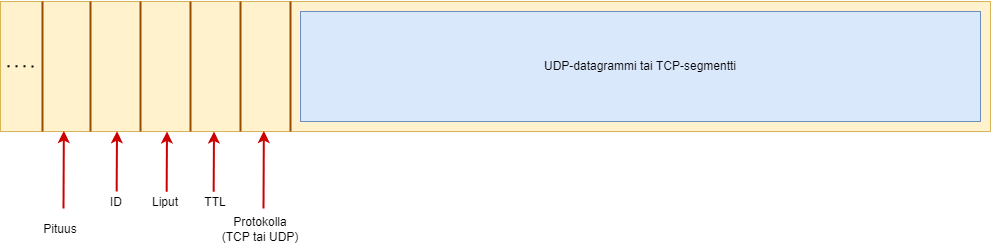
Above: docs/pictures/IPDatagrammi.png in jukkaprami/TADokumentaatio-1 (draw.io), before the change. Source tidied: cells renumbered, new cells last; positions are measured from the earlier drawing's top-left corner, leaving out a move shared by most shapes. Source of this version:
```xml
<mxGraphModel>
  <root>
    <mxCell id="0" />
    <mxCell id="1" parent="0" />
    <mxCell id="2" style="rounded=0;whiteSpace=wrap;html=1;fillColor=#fff2cc;strokeColor=#d6b656;" parent="1" vertex="1">
      <mxGeometry width="990" height="130" as="geometry" />
    </mxCell>
    <mxCell id="3" style="endArrow=none;html=1;rounded=0;strokeColor=#994C00;strokeWidth=2;" parent="1" edge="1">
      <mxGeometry relative="1" as="geometry">
        <mxPoint x="42" y="130" as="sourcePoint" />
        <mxPoint x="42" as="targetPoint" />
      </mxGeometry>
    </mxCell>
    <mxCell id="4" style="endArrow=none;html=1;rounded=0;strokeColor=#994C00;strokeWidth=2;" parent="1" edge="1">
      <mxGeometry relative="1" as="geometry">
        <mxPoint x="90" y="130" as="sourcePoint" />
        <mxPoint x="90" as="targetPoint" />
      </mxGeometry>
    </mxCell>
    <mxCell id="5" style="endArrow=none;html=1;rounded=0;strokeColor=#994C00;strokeWidth=2;" parent="1" edge="1">
      <mxGeometry relative="1" as="geometry">
        <mxPoint x="140" y="130" as="sourcePoint" />
        <mxPoint x="140" as="targetPoint" />
      </mxGeometry>
    </mxCell>
    <mxCell id="6" style="endArrow=none;html=1;rounded=0;strokeColor=#994C00;strokeWidth=2;" parent="1" edge="1">
      <mxGeometry relative="1" as="geometry">
        <mxPoint x="190" y="130" as="sourcePoint" />
        <mxPoint x="190" as="targetPoint" />
      </mxGeometry>
    </mxCell>
    <mxCell id="7" style="endArrow=none;html=1;rounded=0;strokeColor=#994C00;strokeWidth=2;" parent="1" edge="1">
      <mxGeometry relative="1" as="geometry">
        <mxPoint x="240" y="130" as="sourcePoint" />
        <mxPoint x="240" as="targetPoint" />
      </mxGeometry>
    </mxCell>
    <mxCell id="8" style="endArrow=none;html=1;rounded=0;strokeColor=#994C00;strokeWidth=2;" parent="1" edge="1">
      <mxGeometry relative="1" as="geometry">
        <mxPoint x="290" y="130" as="sourcePoint" />
        <mxPoint x="290" as="targetPoint" />
      </mxGeometry>
    </mxCell>
    <mxCell id="9" style="endArrow=classic;html=1;rounded=0;strokeColor=#CC0000;strokeWidth=2;entryX=0.068;entryY=0.998;entryDx=0;entryDy=0;entryPerimeter=0;" parent="1" edge="1">
      <mxGeometry relative="1" as="geometry">
        <mxPoint x="116.2" y="190" as="sourcePoint" />
        <mxPoint x="116.5" y="129.7" as="targetPoint" />
      </mxGeometry>
    </mxCell>
    <mxCell id="10" style="endArrow=none;dashed=1;html=1;dashPattern=1 3;strokeWidth=2;rounded=0;" parent="1" edge="1">
      <mxGeometry relative="1" as="geometry">
        <mxPoint x="7" y="64.7" as="sourcePoint" />
        <mxPoint x="37" y="65" as="targetPoint" />
      </mxGeometry>
    </mxCell>
    <mxCell id="11" value="ID" style="text;html=1;strokeColor=none;fillColor=none;align=center;verticalAlign=middle;whiteSpace=wrap;rounded=0;" parent="1" vertex="1">
      <mxGeometry x="86" y="186" width="60" height="30" as="geometry" />
    </mxCell>
    <mxCell id="12" style="endArrow=classic;html=1;rounded=0;strokeColor=#CC0000;strokeWidth=2;entryX=0.068;entryY=0.998;entryDx=0;entryDy=0;entryPerimeter=0;" parent="1" edge="1">
      <mxGeometry relative="1" as="geometry">
        <mxPoint x="166.2" y="190.3" as="sourcePoint" />
        <mxPoint x="166.5" y="130" as="targetPoint" />
      </mxGeometry>
    </mxCell>
    <mxCell id="13" value="Liput" style="text;html=1;strokeColor=none;fillColor=none;align=center;verticalAlign=middle;whiteSpace=wrap;rounded=0;" parent="1" vertex="1">
      <mxGeometry x="135.2" y="186" width="60" height="30" as="geometry" />
    </mxCell>
    <mxCell id="14" value="TTL" style="text;html=1;strokeColor=none;fillColor=none;align=center;verticalAlign=middle;whiteSpace=wrap;rounded=0;" parent="1" vertex="1">
      <mxGeometry x="185" y="186" width="60" height="30" as="geometry" />
    </mxCell>
    <mxCell id="15" style="endArrow=classic;html=1;rounded=0;strokeColor=#CC0000;strokeWidth=2;entryX=0.068;entryY=0.998;entryDx=0;entryDy=0;entryPerimeter=0;" parent="1" edge="1">
      <mxGeometry relative="1" as="geometry">
        <mxPoint x="213.2" y="190.3" as="sourcePoint" />
        <mxPoint x="213.5" y="130" as="targetPoint" />
      </mxGeometry>
    </mxCell>
    <mxCell id="16" style="endArrow=classic;html=1;rounded=0;strokeColor=#CC0000;strokeWidth=2;entryX=0.266;entryY=1.019;entryDx=0;entryDy=0;entryPerimeter=0;" parent="1" edge="1">
      <mxGeometry relative="1" as="geometry">
        <mxPoint x="263" y="207" as="sourcePoint" />
        <mxPoint x="263.3" y="129.5" as="targetPoint" />
      </mxGeometry>
    </mxCell>
    <mxCell id="17" value="Protokolla&lt;br&gt;(TCP tai UDP)" style="text;html=1;strokeColor=none;fillColor=none;align=center;verticalAlign=middle;whiteSpace=wrap;rounded=0;" parent="1" vertex="1">
      <mxGeometry x="220" y="213" width="80" height="30" as="geometry" />
    </mxCell>
    <mxCell id="18" style="endArrow=classic;html=1;rounded=0;strokeColor=#CC0000;strokeWidth=2;entryX=0.266;entryY=1.019;entryDx=0;entryDy=0;entryPerimeter=0;" parent="1" edge="1">
      <mxGeometry relative="1" as="geometry">
        <mxPoint x="63" y="207" as="sourcePoint" />
        <mxPoint x="63.3" y="129.5" as="targetPoint" />
      </mxGeometry>
    </mxCell>
    <mxCell id="19" value="Pituus" style="text;html=1;strokeColor=none;fillColor=none;align=center;verticalAlign=middle;whiteSpace=wrap;rounded=0;" parent="1" vertex="1">
      <mxGeometry x="20" y="213" width="80" height="30" as="geometry" />
    </mxCell>
    <mxCell id="20" value="UDP-datagrammi tai TCP-segmentti" style="rounded=0;whiteSpace=wrap;html=1;fillColor=#dae8fc;strokeColor=#6c8ebf;" parent="1" vertex="1">
      <mxGeometry x="300" y="10" width="680" height="110" as="geometry" />
    </mxCell>
  </root>
</mxGraphModel>
```
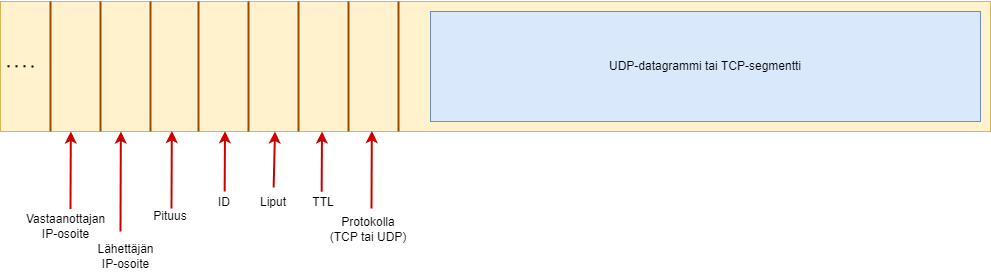
The same file after the commit.

Commit message:
Lisätty puuttuvat IP-kentät

The edit, as a diff of the source:
```diff
@@ -3,7 +3,7 @@
     <mxCell id="0" />
     <mxCell id="1" parent="0" />
     <mxCell id="2" style="rounded=0;whiteSpace=wrap;html=1;fillColor=#fff2cc;strokeColor=#d6b656;" parent="1" vertex="1">
-      <mxGeometry width="990" height="130" as="geometry" />
+      <mxGeometry x="-108" width="990" height="130" as="geometry" />
     </mxCell>
     <mxCell id="3" style="endArrow=none;html=1;rounded=0;strokeColor=#994C00;strokeWidth=2;" parent="1" edge="1">
       <mxGeometry relative="1" as="geometry">
@@ -49,16 +49,15 @@
     </mxCell>
     <mxCell id="10" style="endArrow=none;dashed=1;html=1;dashPattern=1 3;strokeWidth=2;rounded=0;" parent="1" edge="1">
       <mxGeometry relative="1" as="geometry">
-        <mxPoint x="7" y="64.7" as="sourcePoint" />
-        <mxPoint x="37" y="65" as="targetPoint" />
+        <mxPoint x="-101" y="64.7" as="sourcePoint" />
+        <mxPoint x="-71" y="65" as="targetPoint" />
       </mxGeometry>
     </mxCell>
     <mxCell id="11" value="ID" style="text;html=1;strokeColor=none;fillColor=none;align=center;verticalAlign=middle;whiteSpace=wrap;rounded=0;" parent="1" vertex="1">
       <mxGeometry x="86" y="186" width="60" height="30" as="geometry" />
     </mxCell>
-    <mxCell id="12" style="endArrow=classic;html=1;rounded=0;strokeColor=#CC0000;strokeWidth=2;entryX=0.068;entryY=0.998;entryDx=0;entryDy=0;entryPerimeter=0;" parent="1" edge="1">
+    <mxCell id="12" style="endArrow=classic;html=1;rounded=0;strokeColor=#CC0000;strokeWidth=2;entryX=0.068;entryY=0.998;entryDx=0;entryDy=0;entryPerimeter=0;exitX=0.5;exitY=0;exitDx=0;exitDy=0;" parent="1" edge="1" source="13">
       <mxGeometry relative="1" as="geometry">
-        <mxPoint x="166.2" y="190.3" as="sourcePoint" />
         <mxPoint x="166.5" y="130" as="targetPoint" />
       </mxGeometry>
     </mxCell>
@@ -90,10 +89,40 @@
       </mxGeometry>
     </mxCell>
     <mxCell id="19" value="Pituus" style="text;html=1;strokeColor=none;fillColor=none;align=center;verticalAlign=middle;whiteSpace=wrap;rounded=0;" parent="1" vertex="1">
-      <mxGeometry x="20" y="213" width="80" height="30" as="geometry" />
+      <mxGeometry x="22" y="200" width="80" height="30" as="geometry" />
     </mxCell>
     <mxCell id="20" value="UDP-datagrammi tai TCP-segmentti" style="rounded=0;whiteSpace=wrap;html=1;fillColor=#dae8fc;strokeColor=#6c8ebf;" parent="1" vertex="1">
-      <mxGeometry x="300" y="10" width="680" height="110" as="geometry" />
+      <mxGeometry x="322" y="10" width="550" height="110" as="geometry" />
     </mxCell>
+    <mxCell id="21" style="endArrow=none;html=1;rounded=0;strokeColor=#994C00;strokeWidth=2;" parent="1" edge="1">
+      <mxGeometry relative="1" as="geometry">
+        <mxPoint x="-58" y="130" as="sourcePoint" />
+        <mxPoint x="-58" as="targetPoint" />
+      </mxGeometry>
+    </mxCell>
+    <mxCell id="22" style="endArrow=none;html=1;rounded=0;strokeColor=#994C00;strokeWidth=2;" parent="1" edge="1">
+      <mxGeometry relative="1" as="geometry">
+        <mxPoint x="-8" y="130" as="sourcePoint" />
+        <mxPoint x="-8" as="targetPoint" />
+      </mxGeometry>
+    </mxCell>
+    <mxCell id="23" style="endArrow=classic;html=1;rounded=0;strokeColor=#CC0000;strokeWidth=2;entryX=0.266;entryY=1.019;entryDx=0;entryDy=0;entryPerimeter=0;" parent="1" edge="1">
+      <mxGeometry relative="1" as="geometry">
+        <mxPoint x="12" y="230" as="sourcePoint" />
+        <mxPoint x="12.3" y="130" as="targetPoint" />
+      </mxGeometry>
+    </mxCell>
+    <mxCell id="24" style="endArrow=classic;html=1;rounded=0;strokeColor=#CC0000;strokeWidth=2;entryX=0.266;entryY=1.019;entryDx=0;entryDy=0;entryPerimeter=0;" parent="1" edge="1">
+      <mxGeometry relative="1" as="geometry">
+        <mxPoint x="-38" y="207.5" as="sourcePoint" />
+        <mxPoint x="-37.7" y="130" as="targetPoint" />
+      </mxGeometry>
+    </mxCell>
+    <mxCell id="25" value="Vastaanottajan&lt;br&gt;IP-osoite" style="text;html=1;align=center;verticalAlign=middle;strokeColor=none;fillColor=none;" parent="1" vertex="1">
+      <mxGeometry x="-88" y="210" width="90" height="30" as="geometry" />
+    </mxCell>
+    <mxCell id="26" value="Lähettäjän&lt;br&gt;IP-osoite" style="text;html=1;align=center;verticalAlign=middle;strokeColor=none;fillColor=none;" parent="1" vertex="1">
+      <mxGeometry x="-18" y="240" width="70" height="30" as="geometry" />
+    </mxCell>
   </root>
 </mxGraphModel>
```
